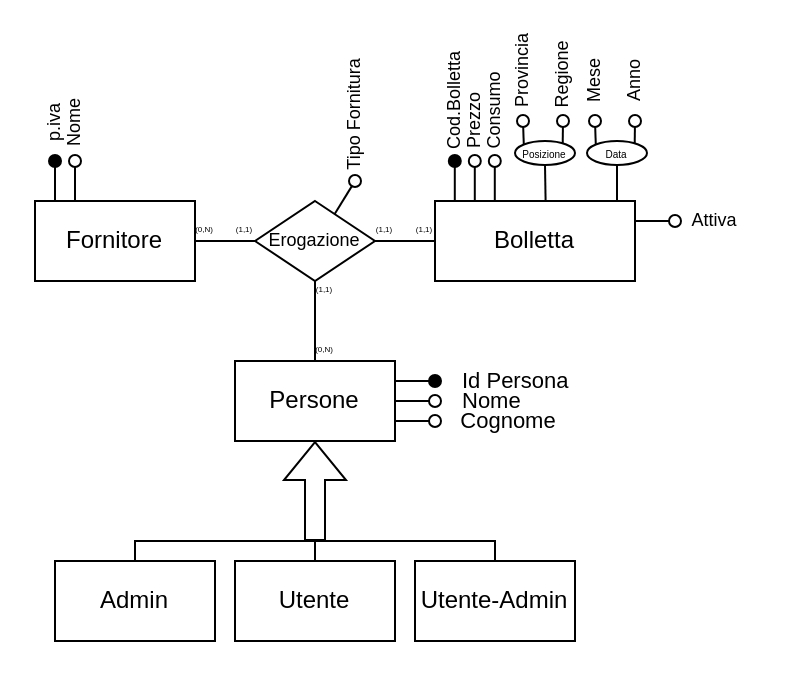
Above: page "Diagramma ER completo" (2 of 3) of ElectricalTheftModificato.drawio in Moriarty2002/electricity-theft (draw.io), before the change. Source tidied: cells renumbered, new cells numbered last; positions are measured from the earlier drawing's top-left corner, leaving out a move shared by most shapes. Both pictures are drawn from the tidied source at 200%, with x=0, y=0 at pixel (34, 60).
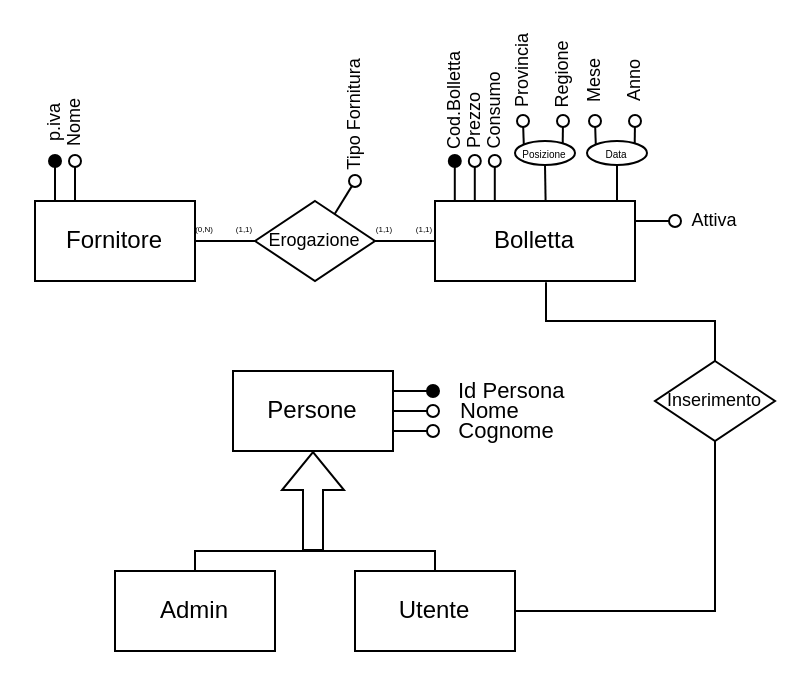
The same diagram, later.

Unchanged cells that the change refers to:
```xml
<mxCell id="4" value="Erogazione" style="rhombus;whiteSpace=wrap;html=1;fontSize=9;" parent="1" vertex="1">
  <mxGeometry x="110" y="70" width="60" height="40" as="geometry" />
</mxCell>
<mxCell id="7" value="Bolletta" style="rounded=0;whiteSpace=wrap;html=1;" parent="1" vertex="1">
  <mxGeometry x="200" y="70" width="100" height="40" as="geometry" />
</mxCell>
```

What changed in the source:
```diff
@@
-    <mxCell id="5" style="edgeStyle=orthogonalEdgeStyle;shape=connector;rounded=0;jettySize=auto;html=1;labelBackgroundColor=default;strokeColor=default;align=center;verticalAlign=middle;fontFamily=Helvetica;fontSize=11;fontColor=default;endArrow=none;endFill=0;" parent="1" edge="1" source="6" target="4">
-      <mxGeometry relative="1" as="geometry" />
-    </mxCell>
     <mxCell id="6" value="Persone" style="rounded=0;whiteSpace=wrap;html=1;" parent="1" vertex="1">
-      <mxGeometry x="100" y="150" width="80" height="40" as="geometry" />
+      <mxGeometry x="99" y="155" width="80" height="40" as="geometry" />
     </mxCell>
@@
     <mxCell id="26" style="endArrow=oval;html=1;rounded=0;labelBackgroundColor=default;strokeColor=default;align=center;verticalAlign=middle;fontFamily=Helvetica;fontSize=11;fontColor=default;shape=connector;exitX=1;exitY=0.25;exitDx=0;exitDy=0;endFill=1;" parent="1" edge="1" source="6">
       <mxGeometry relative="1" as="geometry">
-        <mxPoint x="200" y="160" as="targetPoint" />
+        <mxPoint x="199" y="165" as="targetPoint" />
       </mxGeometry>
     </mxCell>
     <mxCell id="27" value="Id Persona" style="text;html=1;strokeColor=none;fillColor=none;align=left;verticalAlign=middle;whiteSpace=wrap;rounded=0;fontSize=11;fontFamily=Helvetica;fontColor=default;" parent="1" vertex="1">
-      <mxGeometry x="212" y="155" width="75" height="10" as="geometry" />
+      <mxGeometry x="210" y="160" width="75" height="10" as="geometry" />
     </mxCell>
     <mxCell id="28" style="endArrow=oval;html=1;rounded=0;labelBackgroundColor=default;strokeColor=default;align=center;verticalAlign=middle;fontFamily=Helvetica;fontSize=11;fontColor=default;shape=connector;exitX=1;exitY=0.25;exitDx=0;exitDy=0;endFill=0;" parent="1" edge="1">
       <mxGeometry relative="1" as="geometry">
-        <mxPoint x="180" y="170" as="sourcePoint" />
-        <mxPoint x="200" y="170" as="targetPoint" />
+        <mxPoint x="179" y="175" as="sourcePoint" />
+        <mxPoint x="199" y="175" as="targetPoint" />
       </mxGeometry>
     </mxCell>
     <mxCell id="29" value="Nome" style="text;html=1;strokeColor=none;fillColor=none;align=left;verticalAlign=middle;whiteSpace=wrap;rounded=0;fontSize=11;fontFamily=Helvetica;fontColor=default;" parent="1" vertex="1">
-      <mxGeometry x="212" y="165" width="36" height="10" as="geometry" />
+      <mxGeometry x="211" y="170" width="36" height="10" as="geometry" />
     </mxCell>
     <mxCell id="30" style="endArrow=oval;html=1;rounded=0;labelBackgroundColor=default;strokeColor=default;align=center;verticalAlign=middle;fontFamily=Helvetica;fontSize=11;fontColor=default;shape=connector;exitX=1;exitY=0.25;exitDx=0;exitDy=0;endFill=0;" parent="1" edge="1">
       <mxGeometry relative="1" as="geometry">
-        <mxPoint x="180" y="180" as="sourcePoint" />
-        <mxPoint x="200" y="180" as="targetPoint" />
+        <mxPoint x="179" y="185" as="sourcePoint" />
+        <mxPoint x="199" y="185" as="targetPoint" />
       </mxGeometry>
     </mxCell>
     <mxCell id="31" value="Cognome" style="text;html=1;strokeColor=none;fillColor=none;align=center;verticalAlign=middle;whiteSpace=wrap;rounded=0;fontSize=11;fontFamily=Helvetica;fontColor=default;" parent="1" vertex="1">
-      <mxGeometry x="212" y="175" width="50" height="10" as="geometry" />
+      <mxGeometry x="211" y="180" width="50" height="10" as="geometry" />
     </mxCell>
     <mxCell id="32" style="shape=flexArrow;endArrow=classic;html=1;rounded=0;labelBackgroundColor=default;strokeColor=default;align=center;verticalAlign=middle;fontFamily=Helvetica;fontSize=11;fontColor=default;entryX=0.5;entryY=1;entryDx=0;entryDy=0;" parent="1" edge="1" target="6">
       <mxGeometry relative="1" as="geometry">
-        <mxPoint x="140" y="240" as="sourcePoint" />
+        <mxPoint x="139" y="245" as="sourcePoint" />
       </mxGeometry>
     </mxCell>
     <mxCell id="33" style="edgeStyle=orthogonalEdgeStyle;shape=connector;rounded=0;jettySize=auto;html=1;labelBackgroundColor=default;strokeColor=default;align=center;verticalAlign=middle;fontFamily=Helvetica;fontSize=11;fontColor=default;endArrow=none;endFill=0;" parent="1" edge="1" source="34">
       <mxGeometry relative="1" as="geometry">
-        <mxPoint x="140" y="240" as="targetPoint" />
+        <mxPoint x="139" y="245" as="targetPoint" />
         <Array as="points">
-          <mxPoint x="50" y="240" />
-          <mxPoint x="140" y="240" />
+          <mxPoint x="80" y="245" />
         </Array>
       </mxGeometry>
     </mxCell>
     <mxCell id="34" value="Admin" style="rounded=0;whiteSpace=wrap;html=1;" parent="1" vertex="1">
-      <mxGeometry x="10" y="250" width="80" height="40" as="geometry" />
+      <mxGeometry x="40" y="255" width="80" height="40" as="geometry" />
     </mxCell>
     <mxCell id="35" style="edgeStyle=orthogonalEdgeStyle;shape=connector;rounded=0;jettySize=auto;html=1;exitX=0.5;exitY=0;exitDx=0;exitDy=0;labelBackgroundColor=default;strokeColor=default;align=center;verticalAlign=middle;fontFamily=Helvetica;fontSize=11;fontColor=default;endArrow=none;endFill=0;" parent="1" edge="1" source="36">
       <mxGeometry relative="1" as="geometry">
-        <mxPoint x="140" y="240" as="targetPoint" />
+        <mxPoint x="139" y="245" as="targetPoint" />
+        <Array as="points">
+          <mxPoint x="200" y="245" />
+        </Array>
       </mxGeometry>
     </mxCell>
     <mxCell id="36" value="Utente" style="rounded=0;whiteSpace=wrap;html=1;" parent="1" vertex="1">
-      <mxGeometry x="100" y="250" width="80" height="40" as="geometry" />
+      <mxGeometry x="160" y="255" width="80" height="40" as="geometry" />
     </mxCell>
-    <mxCell id="37" style="edgeStyle=orthogonalEdgeStyle;shape=connector;rounded=0;jettySize=auto;html=1;exitX=0.5;exitY=0;exitDx=0;exitDy=0;labelBackgroundColor=default;strokeColor=default;align=center;verticalAlign=middle;fontFamily=Helvetica;fontSize=11;fontColor=default;endArrow=none;endFill=0;" parent="1" edge="1" source="38">
-      <mxGeometry relative="1" as="geometry">
-        <mxPoint x="140" y="240" as="targetPoint" />
-        <Array as="points">
-          <mxPoint x="230" y="240" />
-        </Array>
-      </mxGeometry>
-    </mxCell>
-    <mxCell id="38" value="Utente-Admin" style="rounded=0;whiteSpace=wrap;html=1;" parent="1" vertex="1">
-      <mxGeometry x="190" y="250" width="80" height="40" as="geometry" />
-    </mxCell>
-    <mxCell id="39" value="(0,N)" style="text;html=1;strokeColor=none;fillColor=none;align=center;verticalAlign=middle;whiteSpace=wrap;rounded=0;fontSize=4;fontFamily=Helvetica;fontColor=default;" parent="1" vertex="1">
-      <mxGeometry x="140" y="140" width="10" height="10" as="geometry" />
-    </mxCell>
-    <mxCell id="40" value="(1,1)" style="text;html=1;strokeColor=none;fillColor=none;align=center;verticalAlign=middle;whiteSpace=wrap;rounded=0;fontSize=4;fontFamily=Helvetica;fontColor=default;" parent="1" vertex="1">
-      <mxGeometry x="140" y="110" width="10" height="10" as="geometry" />
-    </mxCell>
+    <mxCell id="54" style="edgeStyle=orthogonalEdgeStyle;rounded=0;jettySize=auto;html=1;exitX=1;exitY=0.5;exitDx=0;exitDy=0;entryX=0.5;entryY=1;entryDx=0;entryDy=0;endArrow=none;endFill=0;" parent="1" edge="1" source="36" target="55">
+      <mxGeometry relative="1" as="geometry" />
+    </mxCell>
@@
+    <mxCell id="55" value="Inserimento" style="rhombus;whiteSpace=wrap;html=1;fontSize=9;" parent="1" vertex="1">
+      <mxGeometry x="310" y="150" width="60" height="40" as="geometry" />
+    </mxCell>
+    <mxCell id="56" style="edgeStyle=orthogonalEdgeStyle;rounded=0;jettySize=auto;html=1;exitX=0.5;exitY=0;exitDx=0;exitDy=0;entryX=0.555;entryY=1.016;entryDx=0;entryDy=0;entryPerimeter=0;endArrow=none;endFill=0;" parent="1" edge="1" source="55" target="7">
+      <mxGeometry relative="1" as="geometry" />
+    </mxCell>
```
